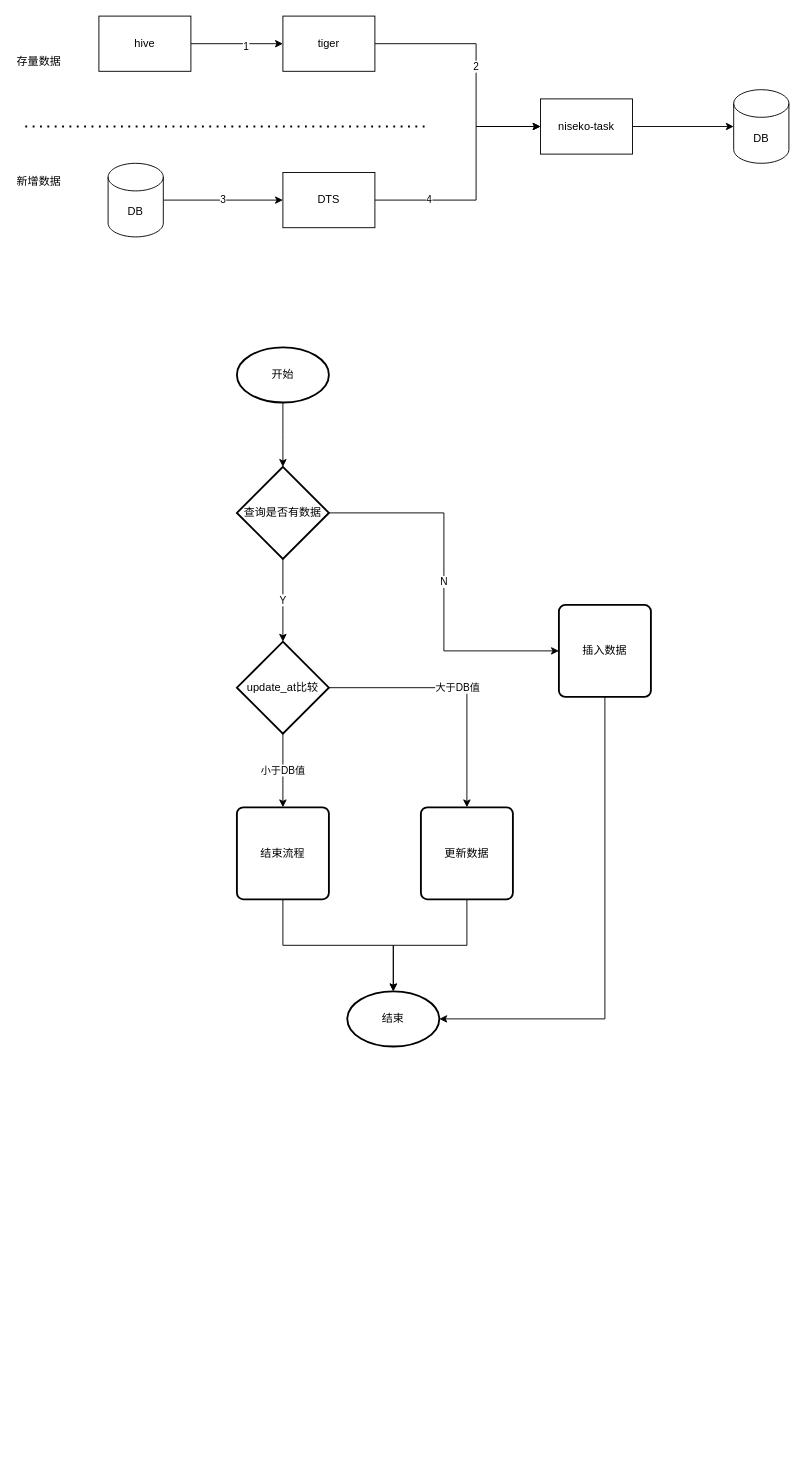
Before: page "数据采集" (4 of 4) of Untitled Diagram.drawio in Kang-Shawn/Kang-Shawn.github.io, a draw.io diagram. Source tidied: cells renumbered, new cells numbered last; positions are measured from the earlier drawing's top-left corner, leaving out a move shared by most shapes. Both pictures are drawn from the tidied source at 92%, with x=0, y=0 at pixel (16, 16).
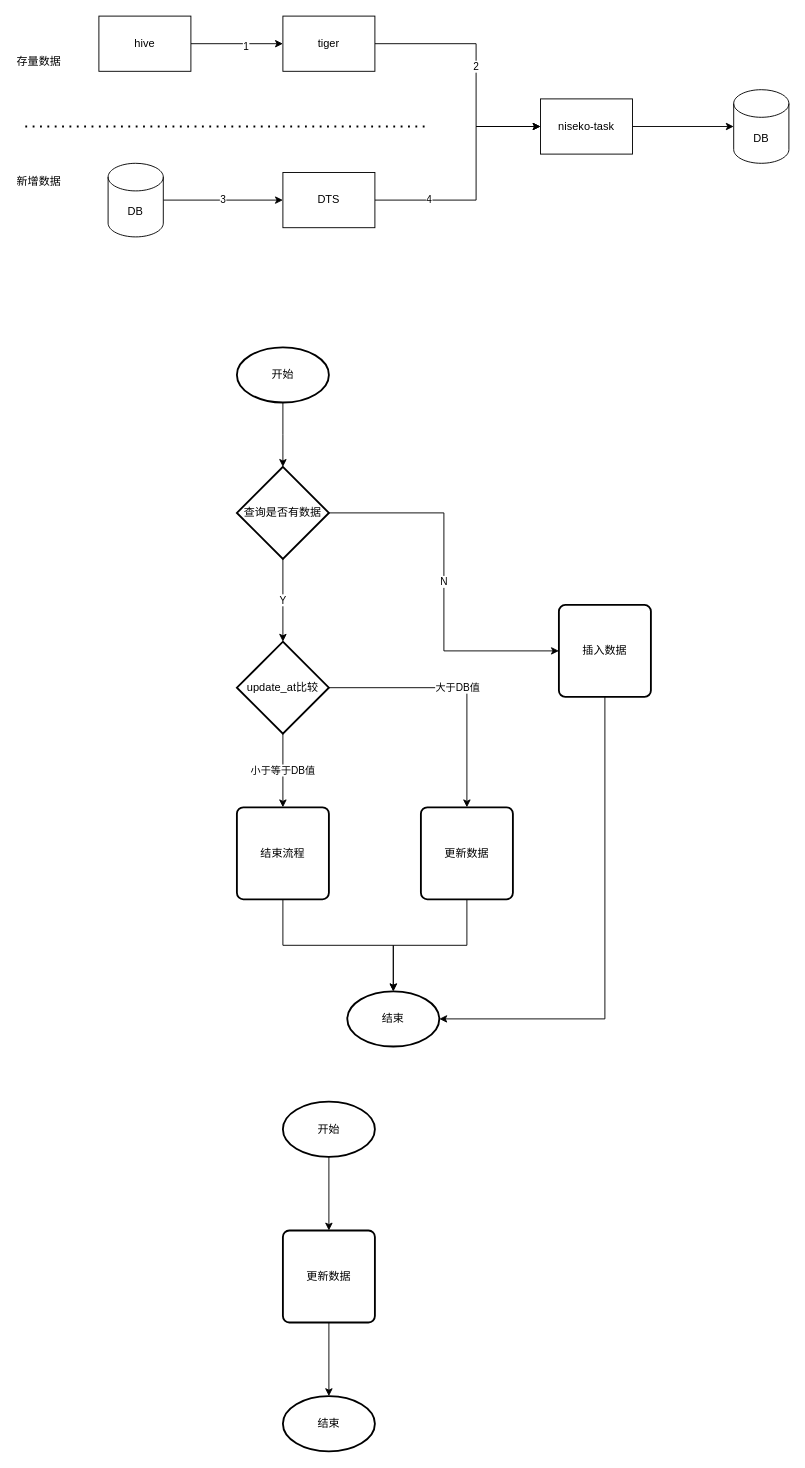
The same diagram, later.

The change refers to these unchanged cells:
```xml
<mxCell id="28" value="update_at比较" style="strokeWidth=2;html=1;shape=mxgraph.flowchart.decision;whiteSpace=wrap;" parent="1" vertex="1">
  <mxGeometry x="240" y="680" width="100" height="100" as="geometry" />
</mxCell>
<mxCell id="32" value="结束流程" style="rounded=1;whiteSpace=wrap;html=1;absoluteArcSize=1;arcSize=14;strokeWidth=2;" parent="1" vertex="1">
  <mxGeometry x="240" y="860" width="100" height="100" as="geometry" />
</mxCell>
```

What changed in the source:
```diff
@@
-    <mxCell id="27" value="小于DB值" style="edgeStyle=orthogonalEdgeStyle;rounded=0;jettySize=auto;html=1;entryX=0.5;entryY=0;entryDx=0;entryDy=0;" parent="1" edge="1" source="28" target="32">
+    <mxCell id="27" value="小于等于DB值" style="edgeStyle=orthogonalEdgeStyle;rounded=0;jettySize=auto;html=1;entryX=0.5;entryY=0;entryDx=0;entryDy=0;" parent="1" edge="1" source="28" target="32">
       <mxGeometry relative="1" as="geometry" />
     </mxCell>
@@
+    <mxCell id="33" style="edgeStyle=orthogonalEdgeStyle;rounded=0;jettySize=auto;html=1;entryX=0.5;entryY=0;entryDx=0;entryDy=0;" parent="1" edge="1" source="34" target="36">
+      <mxGeometry relative="1" as="geometry" />
+    </mxCell>
+    <mxCell id="34" value="开始" style="strokeWidth=2;html=1;shape=mxgraph.flowchart.start_1;whiteSpace=wrap;" parent="1" vertex="1">
+      <mxGeometry x="290" y="1180" width="100" height="60" as="geometry" />
+    </mxCell>
+    <mxCell id="35" style="edgeStyle=orthogonalEdgeStyle;rounded=0;jettySize=auto;html=1;entryX=0.5;entryY=0;entryDx=0;entryDy=0;entryPerimeter=0;" parent="1" edge="1" source="36" target="37">
+      <mxGeometry relative="1" as="geometry" />
+    </mxCell>
+    <mxCell id="36" value="更新数据" style="rounded=1;whiteSpace=wrap;html=1;absoluteArcSize=1;arcSize=14;strokeWidth=2;" parent="1" vertex="1">
+      <mxGeometry x="290" y="1320" width="100" height="100" as="geometry" />
+    </mxCell>
+    <mxCell id="37" value="结束" style="strokeWidth=2;html=1;shape=mxgraph.flowchart.start_1;whiteSpace=wrap;" parent="1" vertex="1">
+      <mxGeometry x="290" y="1500" width="100" height="60" as="geometry" />
+    </mxCell>
```
